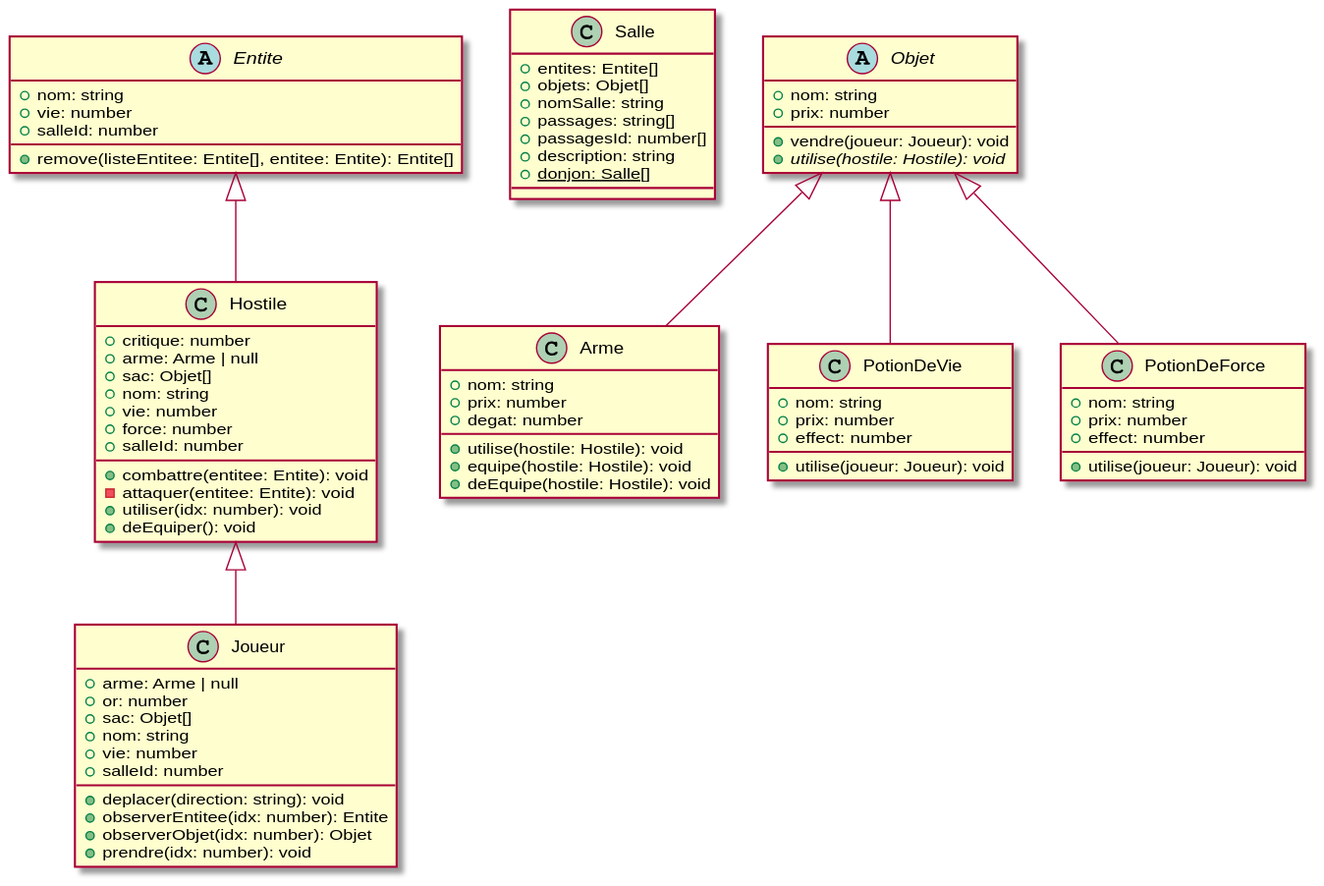
This is Projet Donjon/UML/UML.svg from NicolasPereira1/tp-C3P, a PlantUML export, as it was before one commit.
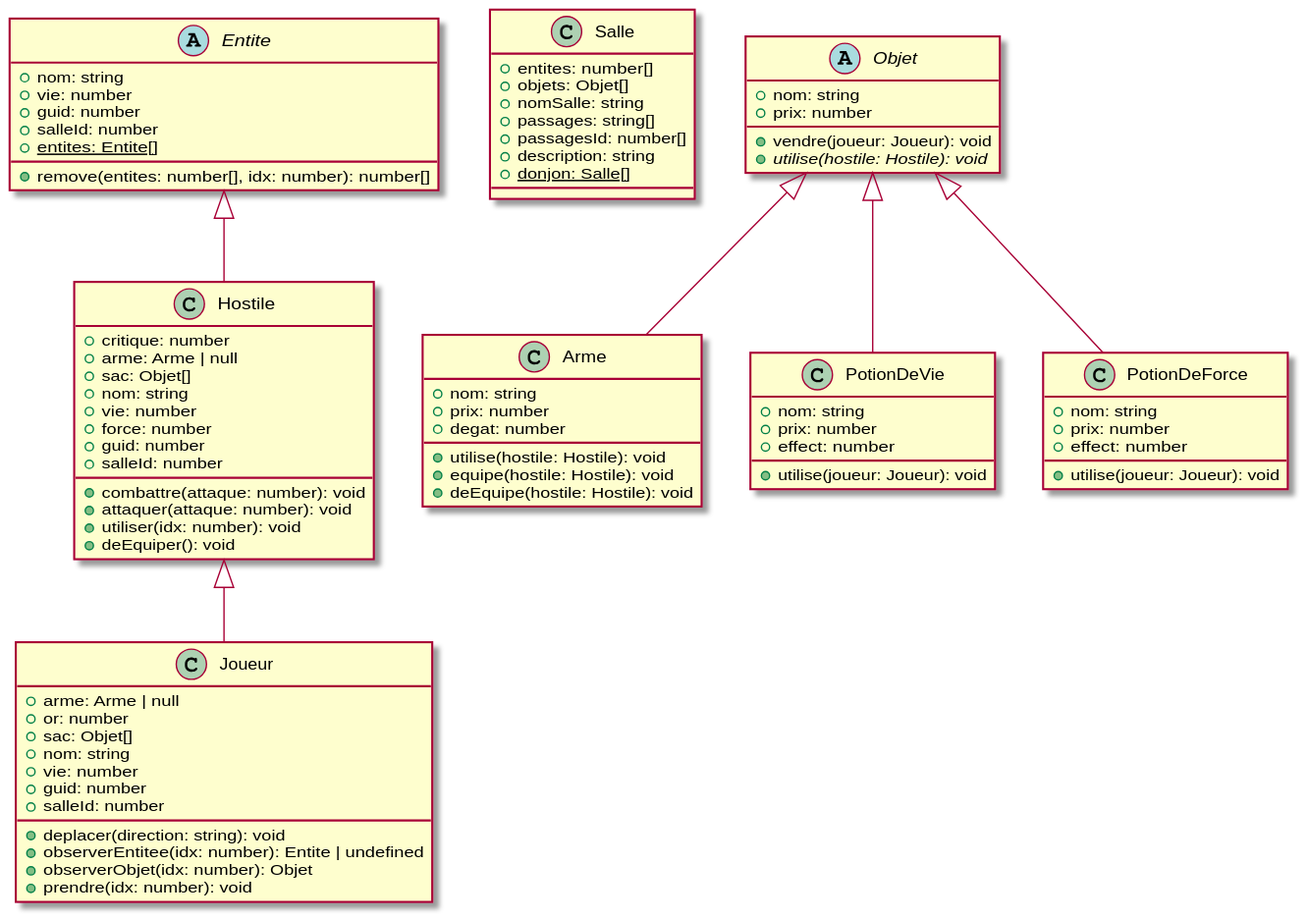
Later version of the same file.

The edit, as a diff of the source:
```diff
@@ -2,11 +2,13 @@
 abstract class Entite {
     +nom: string
     +vie: number
+    +guid: number
     +salleId: number
-    +remove(listeEntitee: Entite[], entitee: Entite): Entite[]
+    +remove(entites: number[], idx: number): number[]
+    +{static} entites: Entite[]
 }
 class Salle {
-    +entites: Entite[]
+    +entites: number[]
     +objets: Objet[]
     +nomSalle: string
     +passages: string[]
@@ -21,11 +23,25 @@
     +nom: string
     +vie: number
     +force: number
+    +guid: number
     +salleId: number
-    +combattre(entitee: Entite): void
-    -attaquer(entitee: Entite): void
+    +combattre(attaque: number): void
+    +attaquer(attaque: number): void
     +utiliser(idx: number): void
     +deEquiper(): void
+}
+class Joueur extends Hostile {
+    +arme: Arme | null
+    +or: number
+    +sac: Objet[]
+    +nom: string
+    +vie: number
+    +guid: number
+    +salleId: number
+    +deplacer(direction: string): void
+    +observerEntitee(idx: number): Entite | undefined
+    +observerObjet(idx: number): Objet
+    +prendre(idx: number): void
 }
 abstract class Objet {
     +nom: string
@@ -41,18 +57,6 @@
     +equipe(hostile: Hostile): void
     +deEquipe(hostile: Hostile): void
 }
-class Joueur extends Hostile {
-    +arme: Arme | null
-    +or: number
-    +sac: Objet[]
-    +nom: string
-    +vie: number
-    +salleId: number
-    +deplacer(direction: string): void
-    +observerEntitee(idx: number): Entite
-    +observerObjet(idx: number): Objet
-    +prendre(idx: number): void
-}
 class PotionDeVie extends Objet {
     +nom: string
     +prix: number
```
